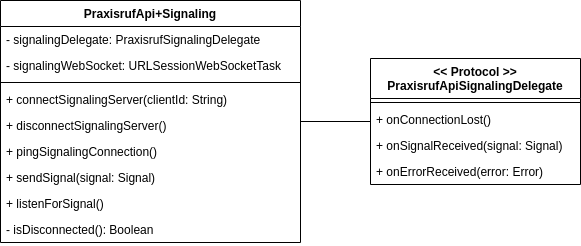
Before: src/graphics/diagramms/Class_Mobile_Client_Signaling_Connection.png, a diagram exported from draw.io (jsvilling/IP6_Bachelorarbeit_Bericht_Cloudbasiertes_Praxisrufsystem). Source tidied: cells renumbered, new cells last; positions are measured from the earlier drawing's top-left corner, leaving out a move shared by most shapes.
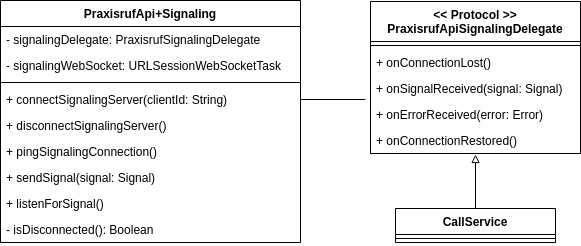
After the commit.

Commit message:
Fix class PraxisrufApi+Signaling

Change to the diagram source:
```diff
@@ -33,7 +33,7 @@
       <mxGeometry y="216" width="300" height="26" as="geometry" />
     </mxCell>
     <mxCell id="12" value="&lt;&lt; Protocol &gt;&gt;&#10;PraxisrufApiSignalingDelegate" style="swimlane;fontStyle=1;align=center;verticalAlign=top;horizontal=1;startSize=40;" parent="1" vertex="1">
-      <mxGeometry x="370" y="58" width="210" height="126" as="geometry" />
+      <mxGeometry x="370" y="1" width="210" height="152" as="geometry" />
     </mxCell>
     <mxCell id="13" style="line;strokeWidth=1;fillColor=none;align=left;verticalAlign=middle;spacingTop=-1;spacingLeft=3;spacingRight=3;labelPosition=right;" parent="12" vertex="1">
       <mxGeometry y="40" width="210" height="8" as="geometry" />
@@ -47,8 +47,20 @@
     <mxCell id="16" value="+ onErrorReceived(error: Error)" style="text;strokeColor=none;fillColor=none;align=left;verticalAlign=top;spacingLeft=4;spacingRight=4;overflow=hidden;" parent="12" vertex="1">
       <mxGeometry y="100" width="210" height="26" as="geometry" />
     </mxCell>
-    <mxCell id="17" style="endArrow=none;html=1;rounded=0;" parent="1" edge="1" source="2" target="12">
-      <mxGeometry relative="1" as="geometry" />
-    </mxCell>
+    <mxCell id="18" value="+ onConnectionRestored()" style="text;strokeColor=none;fillColor=none;align=left;verticalAlign=top;spacingLeft=4;spacingRight=4;overflow=hidden;points=[[0,0.5],[1,0.5]];portConstraint=eastwest;" parent="12" vertex="1">
+      <mxGeometry y="126" width="210" height="26" as="geometry" />
+    </mxCell>
+    <mxCell id="19" value="CallService" style="swimlane;fontStyle=1;align=center;verticalAlign=top;horizontal=1;startSize=26;" parent="1" vertex="1">
+      <mxGeometry x="395" y="208" width="160" height="34" as="geometry" />
+    </mxCell>
+    <mxCell id="20" style="line;strokeWidth=1;fillColor=none;align=left;verticalAlign=middle;spacingTop=-1;spacingLeft=3;spacingRight=3;labelPosition=right;" parent="19" vertex="1">
+      <mxGeometry y="26" width="160" height="8" as="geometry" />
+    </mxCell>
+    <mxCell id="21" style="endArrow=block;html=1;rounded=0;entryX=0.5;entryY=1.038;entryDx=0;entryDy=0;entryPerimeter=0;exitX=0.5;exitY=0;exitDx=0;exitDy=0;endFill=0;" parent="1" edge="1" source="19" target="18">
+      <mxGeometry relative="1" as="geometry" />
+    </mxCell>
+    <mxCell id="22" style="edgeStyle=orthogonalEdgeStyle;rounded=0;jettySize=auto;html=1;exitX=1;exitY=0.5;exitDx=0;exitDy=0;entryX=-0.024;entryY=0.923;entryDx=0;entryDy=0;entryPerimeter=0;endArrow=none;endFill=0;" parent="1" edge="1" source="6" target="15">
+      <mxGeometry relative="1" as="geometry" />
+    </mxCell>
   </root>
 </mxGraphModel>
```
